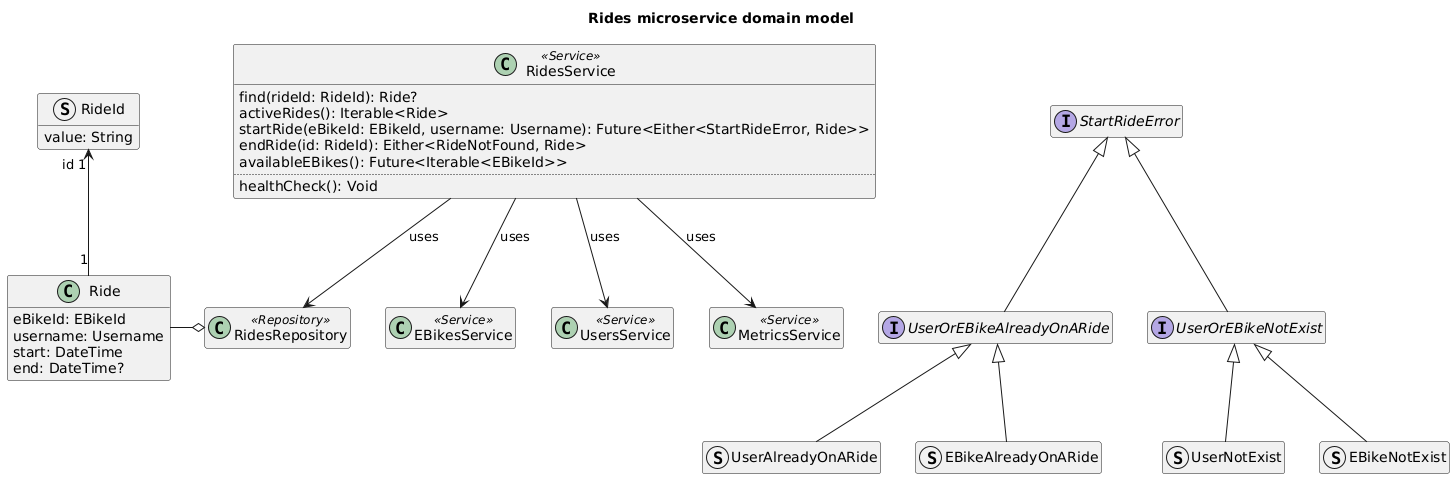
Ventus218/SAP-assignment-02 keeps this PlantUML diagram as doc/diagrams/rides-microservice-domain-model.png. Above is the earlier version.
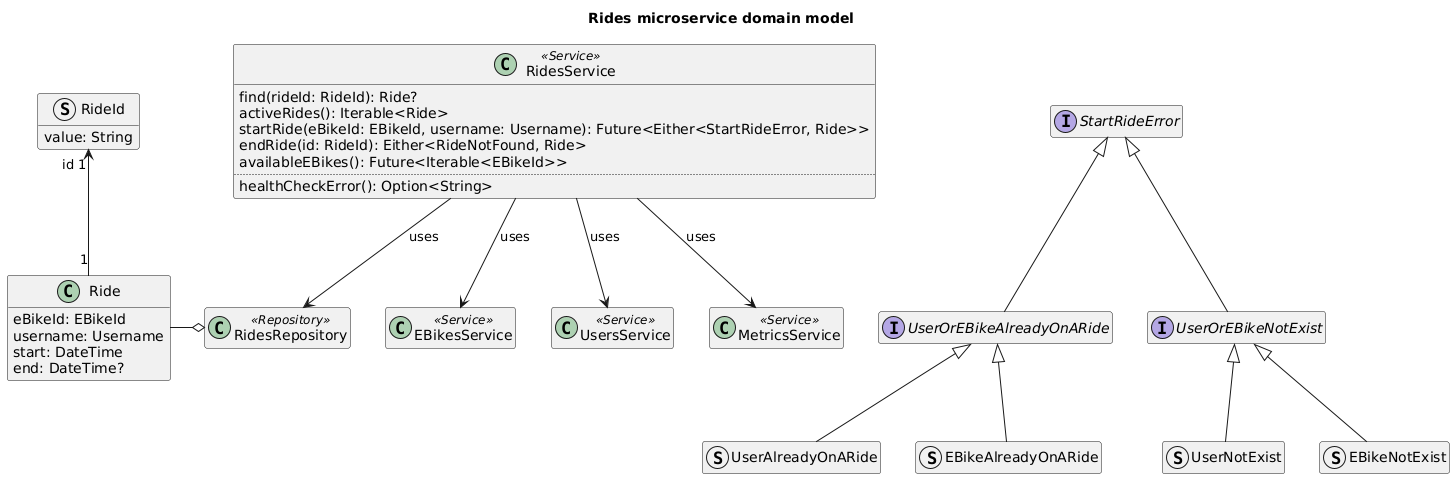
Later version of the same file.

The edit, as a diff of the source:
```diff
@@ -23,7 +23,7 @@
     endRide(id: RideId): Either<RideNotFound, Ride>
     availableEBikes(): Future<Iterable<EBikeId>>
     ..
-    healthCheck(): Void
+    healthCheckError(): Option<String>
 }
 
 RidesService --> RidesRepository : "uses"
```
